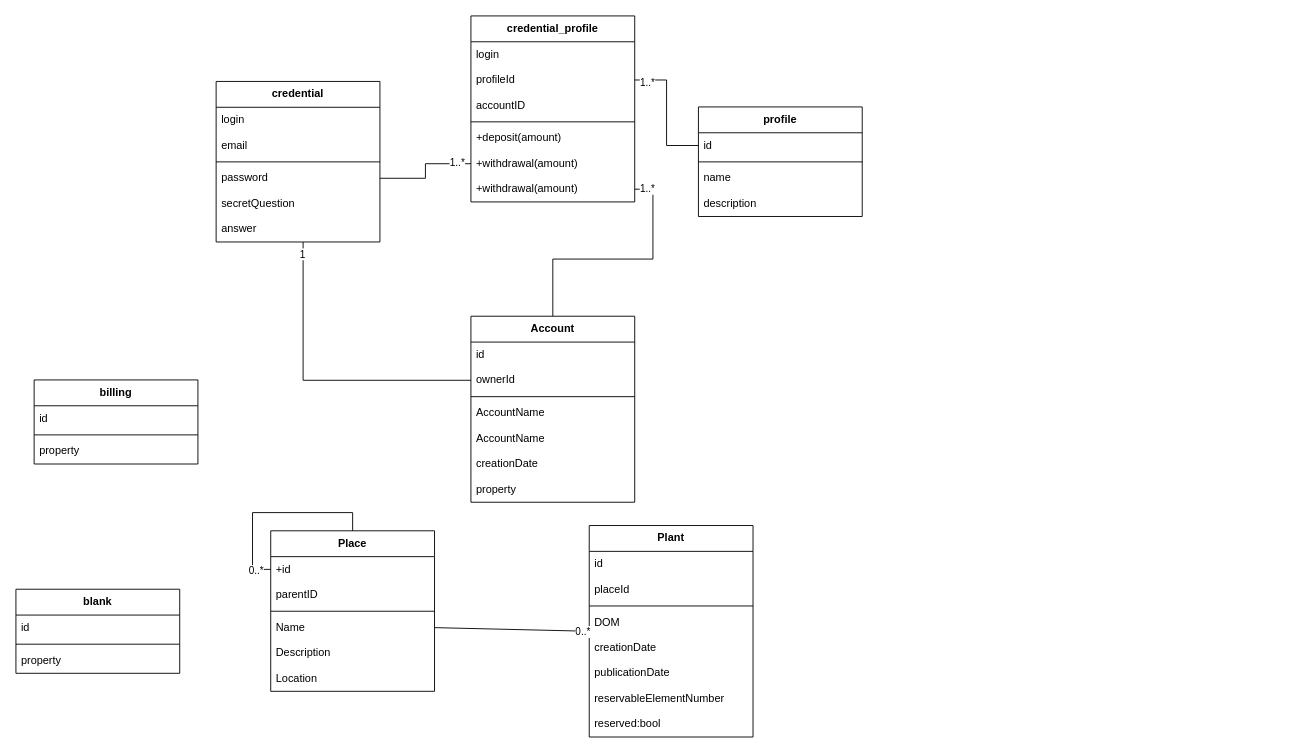
rafa-leo/rafa-leo keeps this draw.io diagram as Untitled Diagram.drawio. Above is the earlier version. Source tidied: cells renumbered, new cells numbered last; positions are measured from the earlier drawing's top-left corner, leaving out a move shared by most shapes. Both pictures are drawn from the tidied source at 91%, with x=0, y=0 at pixel (15, 15).
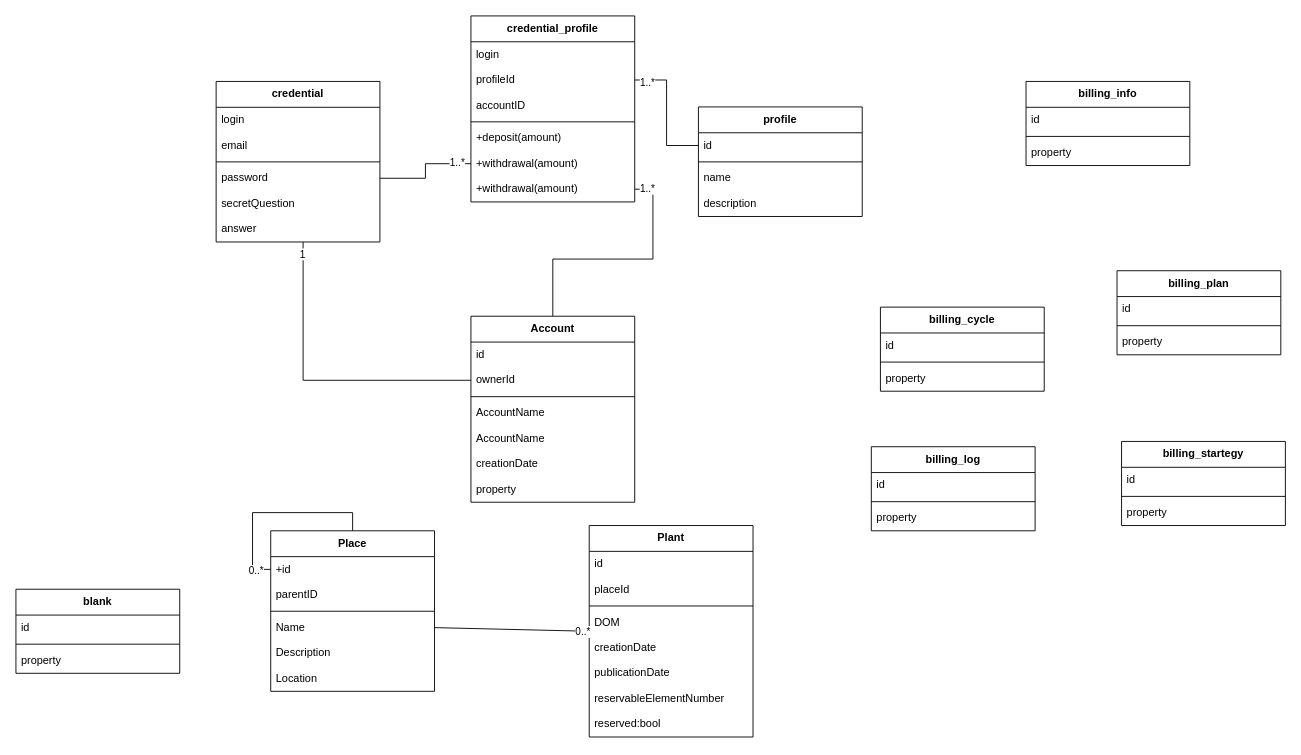
The same page after the edit.

Commit message:
billing tables, consider to be a micro service

Change to the diagram source:
```diff
@@
-    <mxCell id="50" value="billing" style="swimlane;fontStyle=1;align=center;verticalAlign=top;horizontal=1;startSize=28.4;" parent="1" vertex="1">
-      <mxGeometry x="20" y="400" width="180" height="92.4" as="geometry" />
+    <mxCell id="50" value="billing_info" style="swimlane;fontStyle=1;align=center;verticalAlign=top;horizontal=1;startSize=28.4;" parent="1" vertex="1">
+      <mxGeometry x="1110" y="72" width="180" height="92.4" as="geometry" />
     </mxCell>
@@
+    <mxCell id="66" value="billing_plan" style="swimlane;fontStyle=1;align=center;verticalAlign=top;horizontal=1;startSize=28.4;" parent="1" vertex="1">
+      <mxGeometry x="1210" y="280" width="180" height="92.4" as="geometry" />
+    </mxCell>
+    <mxCell id="67" value="id" style="text;strokeColor=none;fillColor=none;align=left;verticalAlign=top;spacingLeft=4;spacingRight=4;overflow=hidden;" parent="66" vertex="1">
+      <mxGeometry y="28.4" width="180" height="28" as="geometry" />
+    </mxCell>
+    <mxCell id="68" style="line;strokeWidth=1;fillColor=none;align=left;verticalAlign=middle;spacingTop=-1;spacingLeft=3;spacingRight=3;labelPosition=right;strokeColor=inherit;" parent="66" vertex="1">
+      <mxGeometry y="56.4" width="180" height="8" as="geometry" />
+    </mxCell>
+    <mxCell id="69" value="property" style="text;strokeColor=none;fillColor=none;align=left;verticalAlign=top;spacingLeft=4;spacingRight=4;overflow=hidden;" parent="66" vertex="1">
+      <mxGeometry y="64.4" width="180" height="28" as="geometry" />
+    </mxCell>
+    <mxCell id="70" value="billing_startegy" style="swimlane;fontStyle=1;align=center;verticalAlign=top;horizontal=1;startSize=28.4;" parent="1" vertex="1">
+      <mxGeometry x="1215" y="467.6" width="180" height="92.4" as="geometry" />
+    </mxCell>
+    <mxCell id="71" value="id" style="text;strokeColor=none;fillColor=none;align=left;verticalAlign=top;spacingLeft=4;spacingRight=4;overflow=hidden;" parent="70" vertex="1">
+      <mxGeometry y="28.4" width="180" height="28" as="geometry" />
+    </mxCell>
+    <mxCell id="72" style="line;strokeWidth=1;fillColor=none;align=left;verticalAlign=middle;spacingTop=-1;spacingLeft=3;spacingRight=3;labelPosition=right;strokeColor=inherit;" parent="70" vertex="1">
+      <mxGeometry y="56.4" width="180" height="8" as="geometry" />
+    </mxCell>
+    <mxCell id="73" value="property" style="text;strokeColor=none;fillColor=none;align=left;verticalAlign=top;spacingLeft=4;spacingRight=4;overflow=hidden;" parent="70" vertex="1">
+      <mxGeometry y="64.4" width="180" height="28" as="geometry" />
+    </mxCell>
+    <mxCell id="74" value="billing_cycle" style="swimlane;fontStyle=1;align=center;verticalAlign=top;horizontal=1;startSize=28.4;" parent="1" vertex="1">
+      <mxGeometry x="950" y="320" width="180" height="92.4" as="geometry" />
+    </mxCell>
+    <mxCell id="75" value="id" style="text;strokeColor=none;fillColor=none;align=left;verticalAlign=top;spacingLeft=4;spacingRight=4;overflow=hidden;" parent="74" vertex="1">
+      <mxGeometry y="28.4" width="180" height="28" as="geometry" />
+    </mxCell>
+    <mxCell id="76" style="line;strokeWidth=1;fillColor=none;align=left;verticalAlign=middle;spacingTop=-1;spacingLeft=3;spacingRight=3;labelPosition=right;strokeColor=inherit;" parent="74" vertex="1">
+      <mxGeometry y="56.4" width="180" height="8" as="geometry" />
+    </mxCell>
+    <mxCell id="77" value="property" style="text;strokeColor=none;fillColor=none;align=left;verticalAlign=top;spacingLeft=4;spacingRight=4;overflow=hidden;" parent="74" vertex="1">
+      <mxGeometry y="64.4" width="180" height="28" as="geometry" />
+    </mxCell>
+    <mxCell id="78" value="billing_log" style="swimlane;fontStyle=1;align=center;verticalAlign=top;horizontal=1;startSize=28.4;" parent="1" vertex="1">
+      <mxGeometry x="940" y="473.4" width="180" height="92.4" as="geometry" />
+    </mxCell>
+    <mxCell id="79" value="id" style="text;strokeColor=none;fillColor=none;align=left;verticalAlign=top;spacingLeft=4;spacingRight=4;overflow=hidden;" parent="78" vertex="1">
+      <mxGeometry y="28.4" width="180" height="28" as="geometry" />
+    </mxCell>
+    <mxCell id="80" style="line;strokeWidth=1;fillColor=none;align=left;verticalAlign=middle;spacingTop=-1;spacingLeft=3;spacingRight=3;labelPosition=right;strokeColor=inherit;" parent="78" vertex="1">
+      <mxGeometry y="56.4" width="180" height="8" as="geometry" />
+    </mxCell>
+    <mxCell id="81" value="property" style="text;strokeColor=none;fillColor=none;align=left;verticalAlign=top;spacingLeft=4;spacingRight=4;overflow=hidden;" parent="78" vertex="1">
+      <mxGeometry y="64.4" width="180" height="28" as="geometry" />
+    </mxCell>
```
